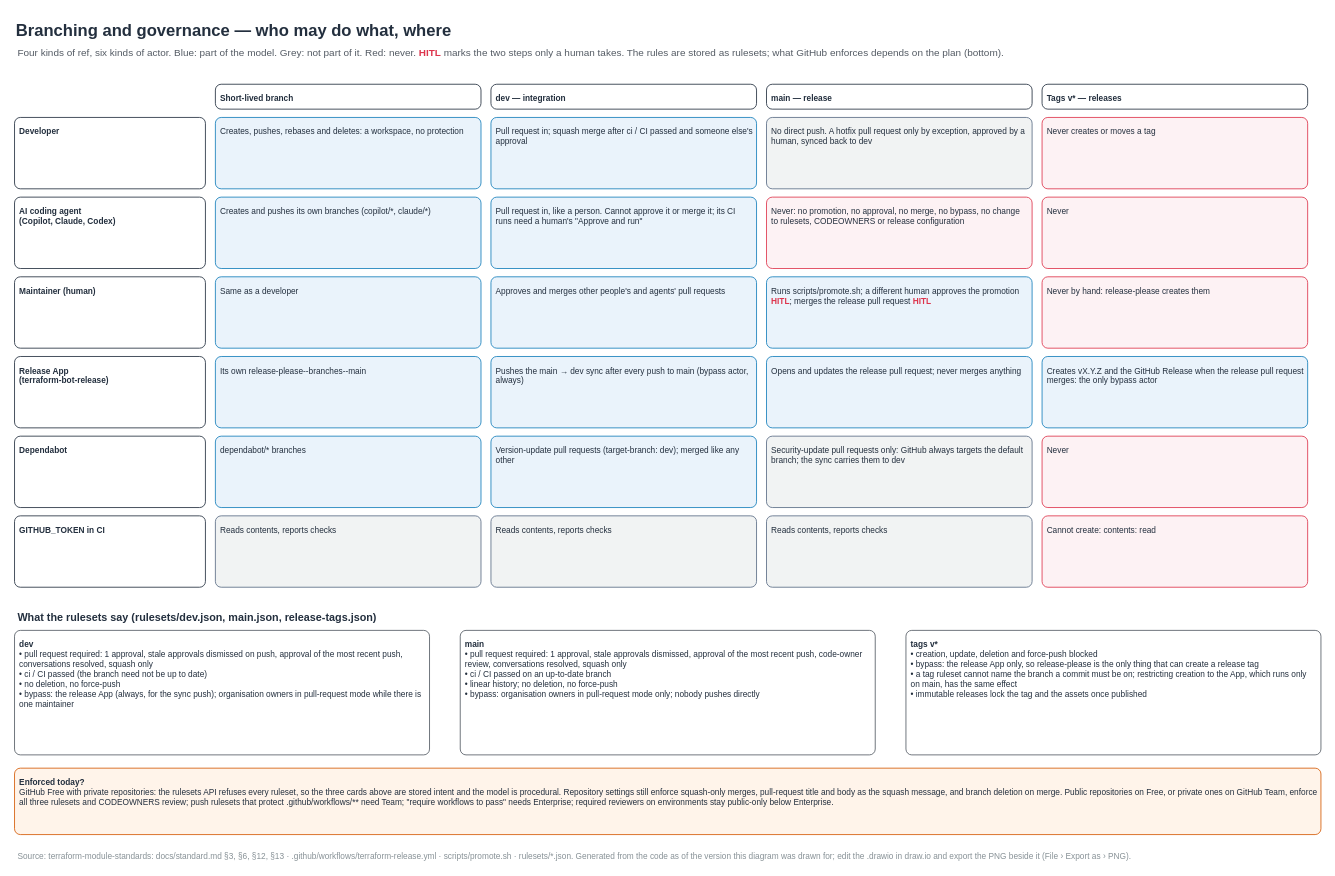
Above: page "governance" (2 of 2) of docs/diagrams/branching-and-release.drawio in EG2development/terraform-module-standards (draw.io), before the change. Source tidied: cells renumbered, new cells numbered last; positions are measured from the earlier drawing's top-left corner, leaving out a move shared by most shapes. Both pictures are drawn from the tidied source at 83%, with x=0, y=0 at pixel (14, 14).
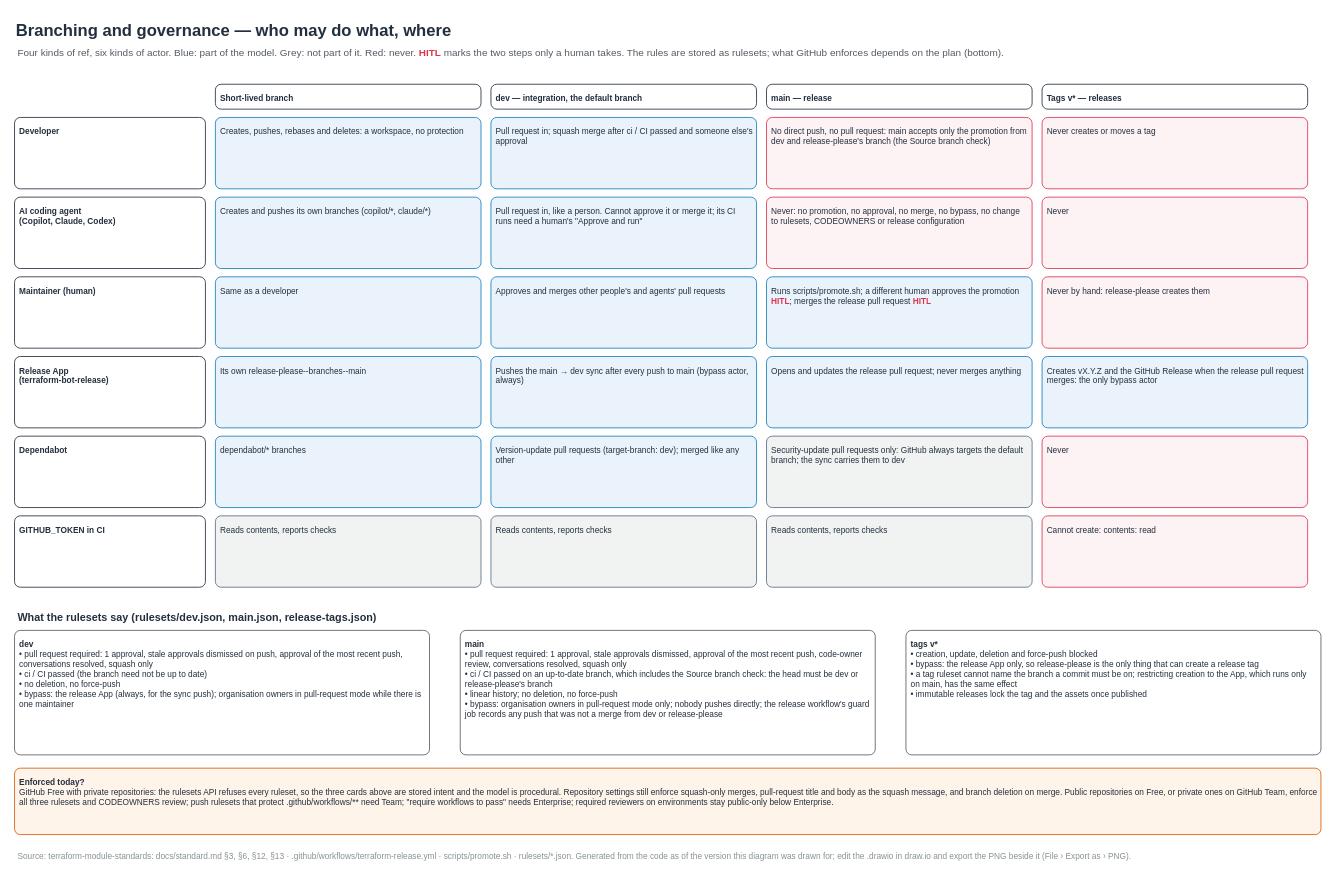
The same page after the edit.

Commit message (it also covers changes not shown here):
docs: diagrams say main accepts dev and release-please only, and that dev is the default branch

The edit, as a diff of the source:
```diff
@@
-    <mxCell id="5" value="&lt;b&gt;dev — integration&lt;/b&gt;" style="rounded=1;absoluteArcSize=1;arcSize=14;whiteSpace=wrap;html=1;fillColor=#FFFFFF;strokeColor=#232F3E;dashed=0;fontSize=10;fontColor=#232F3E;align=left;verticalAlign=top;spacing=6;spacingTop=1;" parent="1" vertex="1">
+    <mxCell id="5" value="&lt;b&gt;dev — integration, the default branch&lt;/b&gt;" style="rounded=1;absoluteArcSize=1;arcSize=14;whiteSpace=wrap;html=1;fillColor=#FFFFFF;strokeColor=#232F3E;dashed=0;fontSize=10;fontColor=#232F3E;align=left;verticalAlign=top;spacing=6;spacingTop=1;" parent="1" vertex="1">
       <mxGeometry x="574" y="84" width="320" height="30" as="geometry" />
     </mxCell>
@@
-    <mxCell id="11" value="No direct push. A hotfix pull request only by exception, approved by a human, synced back to dev" style="rounded=1;absoluteArcSize=1;arcSize=14;whiteSpace=wrap;html=1;fillColor=#F1F3F3;strokeColor=#5A6C86;dashed=0;fontSize=10;fontColor=#232F3E;align=left;verticalAlign=top;spacing=6;spacingTop=1;" parent="1" vertex="1">
+    <mxCell id="11" value="No direct push, no pull request: main accepts only the promotion from dev and release-please's branch (the Source branch check)" style="rounded=1;absoluteArcSize=1;arcSize=14;whiteSpace=wrap;html=1;fillColor=#FDF2F4;strokeColor=#DD344C;dashed=0;fontSize=10;fontColor=#232F3E;align=left;verticalAlign=top;spacing=6;spacingTop=1;" parent="1" vertex="1">
       <mxGeometry x="906" y="124" width="320" height="86" as="geometry" />
     </mxCell>
@@
-    <mxCell id="40" value="&lt;b&gt;main&lt;/b&gt;&lt;br&gt;• pull request required: 1 approval, stale approvals dismissed, approval of the most recent push, code-owner review, conversations resolved, squash only&lt;br&gt;• ci / CI passed on an up-to-date branch&lt;br&gt;• linear history; no deletion, no force-push&lt;br&gt;• bypass: organisation owners in pull-request mode only; nobody pushes directly" style="rounded=1;absoluteArcSize=1;arcSize=14;whiteSpace=wrap;html=1;fillColor=#FFFFFF;strokeColor=#545B64;dashed=0;fontSize=10;fontColor=#232F3E;align=left;verticalAlign=top;spacing=6;spacingTop=1;" parent="1" vertex="1">
+    <mxCell id="40" value="&lt;b&gt;main&lt;/b&gt;&lt;br&gt;• pull request required: 1 approval, stale approvals dismissed, approval of the most recent push, code-owner review, conversations resolved, squash only&lt;br&gt;• ci / CI passed on an up-to-date branch, which includes the Source branch check: the head must be dev or release-please's branch&lt;br&gt;• linear history; no deletion, no force-push&lt;br&gt;• bypass: organisation owners in pull-request mode only; nobody pushes directly; the release workflow's guard job records any push that was not a merge from dev or release-please" style="rounded=1;absoluteArcSize=1;arcSize=14;whiteSpace=wrap;html=1;fillColor=#FFFFFF;strokeColor=#545B64;dashed=0;fontSize=10;fontColor=#232F3E;align=left;verticalAlign=top;spacing=6;spacingTop=1;" parent="1" vertex="1">
       <mxGeometry x="537" y="742" width="500" height="150" as="geometry" />
     </mxCell>
```
